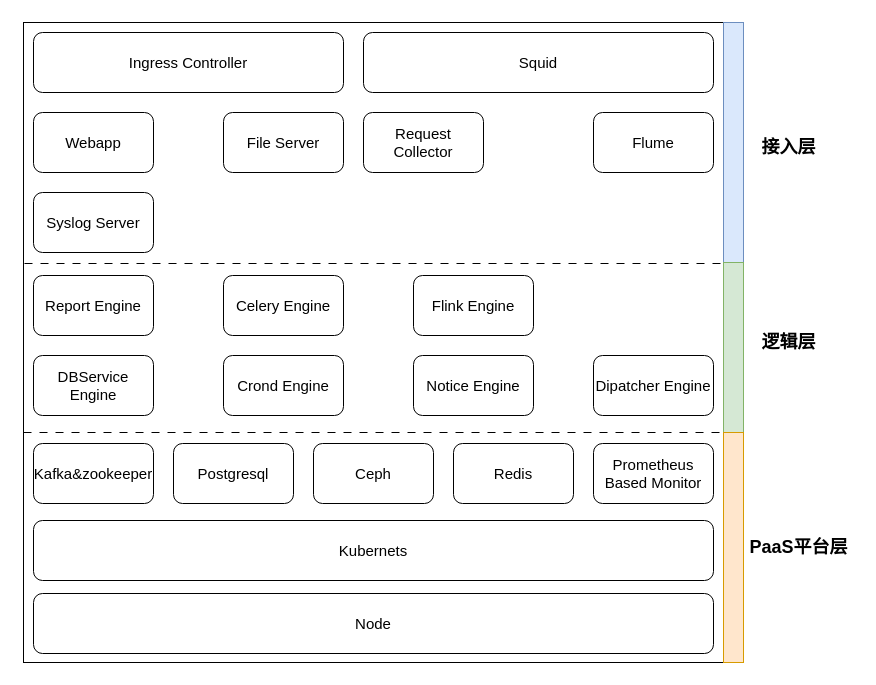
The draw.io diagram ADBOS-IBCS-ARC.drawio in caihuayu0322/drawio-github, before the edit. Source tidied: cells renumbered, new cells numbered last; positions are measured from the earlier drawing's top-left corner, leaving out a move shared by most shapes. Both pictures are drawn from the tidied source at 100%, with x=0, y=0 at pixel (23, 22).
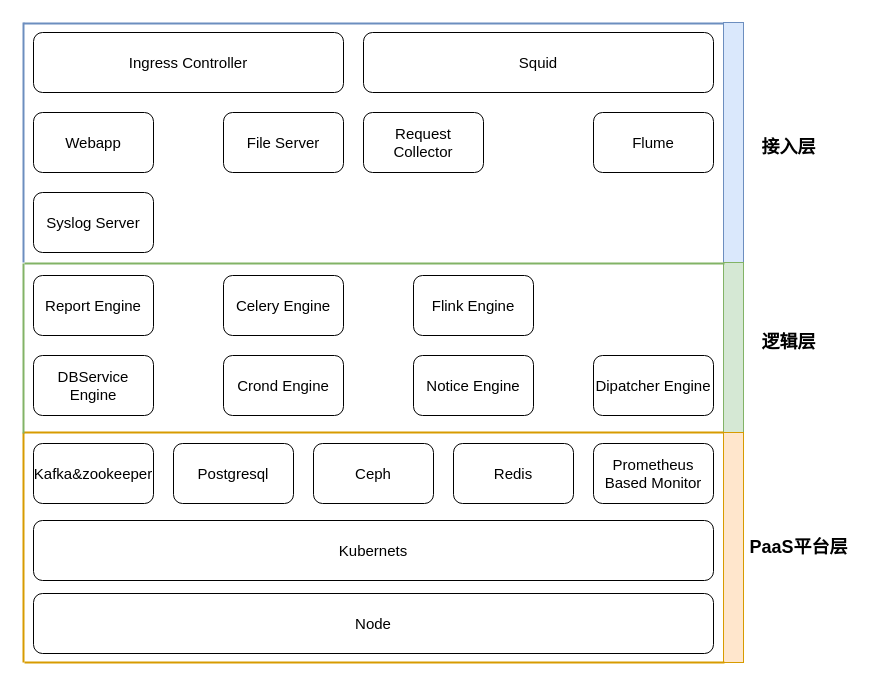
After the change.

The edit, as a diff of the source:
```diff
@@
-    <mxCell id="2" style="rounded=0;whiteSpace=wrap;html=1;fillColor=none;strokeWidth=1;" parent="1" vertex="1">
-      <mxGeometry width="700" height="640" as="geometry" />
-    </mxCell>
@@
-    <mxCell id="33" style="line;strokeWidth=1;html=1;dashed=1;dashPattern=8 8;" parent="1" vertex="1">
+    <mxCell id="33" style="line;strokeWidth=2;html=1;fillColor=#d5e8d4;strokeColor=#82b366;" parent="1" vertex="1">
       <mxGeometry x="1" y="236" width="700" height="10" as="geometry" />
     </mxCell>
-    <mxCell id="34" style="line;strokeWidth=1;html=1;dashed=1;dashPattern=8 8;" parent="1" vertex="1">
+    <mxCell id="34" style="line;strokeWidth=2;html=1;fillColor=#ffe6cc;strokeColor=#d79b00;" parent="1" vertex="1">
       <mxGeometry y="405" width="700" height="10" as="geometry" />
     </mxCell>
+    <mxCell id="35" style="line;strokeWidth=2;html=1;fillColor=#ffe6cc;strokeColor=#d79b00;" parent="1" vertex="1">
+      <mxGeometry x="1" y="635" width="700" height="10" as="geometry" />
+    </mxCell>
+    <mxCell id="36" style="line;strokeWidth=2;html=1;fillColor=#dae8fc;strokeColor=#6c8ebf;" parent="1" vertex="1">
+      <mxGeometry y="-4" width="700" height="10" as="geometry" />
+    </mxCell>
+    <mxCell id="37" style="line;strokeWidth=2;direction=south;html=1;perimeter=backbonePerimeter;fillColor=#ffe6cc;strokeColor=#d79b00;" parent="1" vertex="1">
+      <mxGeometry x="-5" y="410" width="10" height="230" as="geometry" />
+    </mxCell>
+    <mxCell id="38" style="line;strokeWidth=2;direction=south;html=1;perimeter=backbonePerimeter;fillColor=#d5e8d4;strokeColor=#82b366;" parent="1" vertex="1">
+      <mxGeometry x="-5" y="241" width="10" height="170" as="geometry" />
+    </mxCell>
+    <mxCell id="39" style="line;strokeWidth=2;direction=south;html=1;perimeter=backbonePerimeter;fillColor=#dae8fc;strokeColor=#6c8ebf;" parent="1" vertex="1">
+      <mxGeometry x="-5" width="10" height="240" as="geometry" />
+    </mxCell>
```
